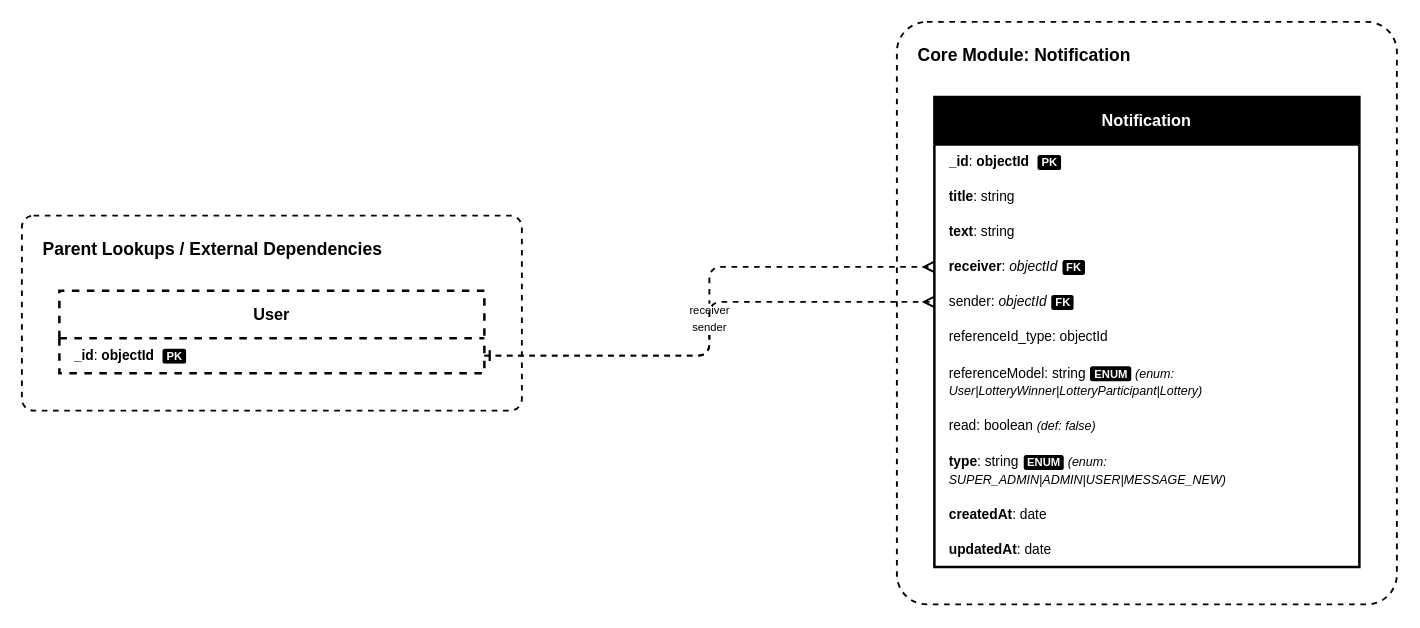
Above: docs/erd/modules/notification/er-diagram.drawio in Emam-Bokhari/giftbox-backend (draw.io), before the change. Source tidied: cells renumbered, new cells numbered last; positions are measured from the earlier drawing's top-left corner, leaving out a move shared by most shapes. Both pictures are drawn from the tidied source at 125%, with x=0, y=0 at pixel (21, 21).
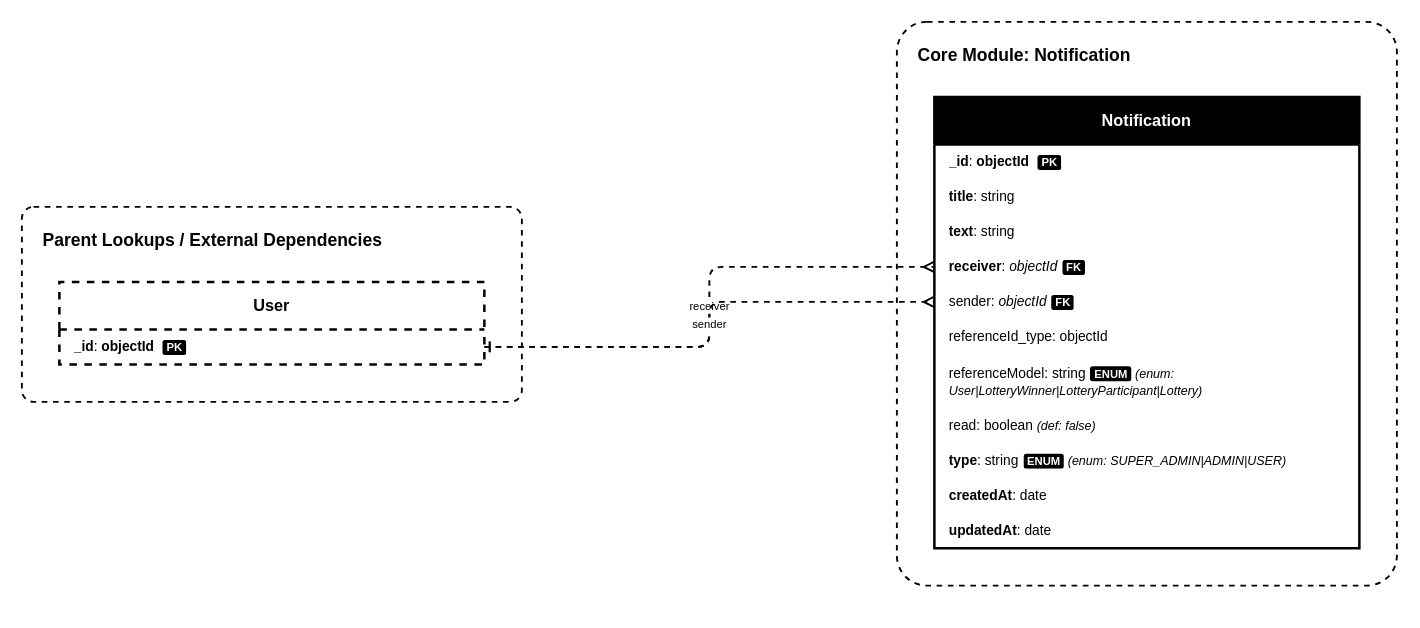
The same page after the edit.

What changed in the source:
```diff
@@
 <mxGraphModel background="#FFFFFF">
   <root>
     <mxCell id="0" />
     <mxCell id="1" parent="0" />
     <mxCell id="2" value="Parent Lookups / External Dependencies" style="rounded=1;whiteSpace=wrap;html=1;fillColor=#FFFFFF;strokeColor=#000000;strokeWidth=1.5;dashed=1;arcSize=6;align=left;verticalAlign=top;spacingLeft=15;spacingTop=12;fontColor=#000000;fontSize=14;fontStyle=1;" parent="1" vertex="1">
-      <mxGeometry y="155" width="400" height="156" as="geometry" />
+      <mxGeometry y="148" width="400" height="156" as="geometry" />
     </mxCell>
     <mxCell id="3" value="Core Module: Notification" style="rounded=1;whiteSpace=wrap;html=1;fillColor=#FFFFFF;strokeColor=#000000;strokeWidth=1.5;dashed=1;arcSize=6;align=left;verticalAlign=top;spacingLeft=15;spacingTop=12;fontColor=#000000;fontSize=14;fontStyle=1;" parent="1" vertex="1">
-      <mxGeometry x="700" width="400" height="466" as="geometry" />
+      <mxGeometry x="700" width="400" height="451" as="geometry" />
     </mxCell>
     <mxCell id="4" value="Notification" style="swimlane;fontStyle=1;horizontal=1;startSize=38;whiteSpace=wrap;html=1;fillColor=#000000;swimlaneFillColor=#FFFFFF;strokeColor=#000000;strokeWidth=2;fontColor=#FFFFFF;fontSize=13;align=center;" parent="3" vertex="1">
-      <mxGeometry x="30" y="60" width="340" height="376" as="geometry" />
+      <mxGeometry x="30" y="60" width="340" height="361" as="geometry" />
     </mxCell>
     <mxCell id="5" value="&lt;b&gt;_id&lt;/b&gt;: &lt;b&gt;objectId&lt;/b&gt; &lt;span style=&quot;background-color:#000000;color:#FFFFFF;padding:1px 3px;font-size:9px;font-weight:bold;border-radius:2px;margin-left:4px;&quot;&gt;PK&lt;/span&gt;" style="text;strokeColor=none;fillColor=none;align=left;verticalAlign=middle;spacingLeft=10;spacingRight=10;overflow=hidden;whiteSpace=wrap;html=1;fontSize=11;fontColor=#000000;" parent="4" vertex="1">
       <mxGeometry y="38" width="340" height="28" as="geometry" />
     </mxCell>
     <mxCell id="6" value="&lt;b&gt;title&lt;/b&gt;: string" style="text;strokeColor=none;fillColor=none;align=left;verticalAlign=middle;spacingLeft=10;spacingRight=10;overflow=hidden;whiteSpace=wrap;html=1;fontSize=11;fontColor=#000000;" parent="4" vertex="1">
       <mxGeometry y="66" width="340" height="28" as="geometry" />
     </mxCell>
     <mxCell id="7" value="&lt;b&gt;text&lt;/b&gt;: string" style="text;strokeColor=none;fillColor=none;align=left;verticalAlign=middle;spacingLeft=10;spacingRight=10;overflow=hidden;whiteSpace=wrap;html=1;fontSize=11;fontColor=#000000;" parent="4" vertex="1">
       <mxGeometry y="94" width="340" height="28" as="geometry" />
     </mxCell>
     <mxCell id="8" value="&lt;b&gt;receiver&lt;/b&gt;: &lt;i&gt;objectId&lt;/i&gt;&lt;span style=&quot;background-color:#000000;color:#FFFFFF;padding:1px 3px;font-size:9px;font-weight:bold;border-radius:2px;margin-left:4px;&quot;&gt;FK&lt;/span&gt;" style="text;strokeColor=none;fillColor=none;align=left;verticalAlign=middle;spacingLeft=10;spacingRight=10;overflow=hidden;points=[[0,0.5],[1,0.5]];portConstraint=eastwest;whiteSpace=wrap;html=1;fontSize=11;fontColor=#000000;" parent="4" vertex="1">
       <mxGeometry y="122" width="340" height="28" as="geometry" />
     </mxCell>
     <mxCell id="9" value="sender: &lt;i&gt;objectId&lt;/i&gt;&lt;span style=&quot;background-color:#000000;color:#FFFFFF;padding:1px 3px;font-size:9px;font-weight:bold;border-radius:2px;margin-left:4px;&quot;&gt;FK&lt;/span&gt;" style="text;strokeColor=none;fillColor=none;align=left;verticalAlign=middle;spacingLeft=10;spacingRight=10;overflow=hidden;points=[[0,0.5],[1,0.5]];portConstraint=eastwest;whiteSpace=wrap;html=1;fontSize=11;fontColor=#000000;" parent="4" vertex="1">
       <mxGeometry y="150" width="340" height="28" as="geometry" />
     </mxCell>
     <mxCell id="10" value="referenceId_type: objectId" style="text;strokeColor=none;fillColor=none;align=left;verticalAlign=middle;spacingLeft=10;spacingRight=10;overflow=hidden;whiteSpace=wrap;html=1;fontSize=11;fontColor=#000000;" parent="4" vertex="1">
       <mxGeometry y="178" width="340" height="28" as="geometry" />
     </mxCell>
     <mxCell id="11" value="referenceModel: string&lt;span style=&quot;background-color:#000000;color:#FFFFFF;padding:1px 3px;font-size:9px;font-weight:bold;border-radius:2px;margin-left:4px;&quot;&gt;ENUM&lt;/span&gt; &lt;span style=&quot;color:#000000; font-size:10px; font-style:italic;&quot;&gt;(enum: User|LotteryWinner|LotteryParticipant|Lottery)&lt;/span&gt;" style="text;strokeColor=none;fillColor=none;align=left;verticalAlign=middle;spacingLeft=10;spacingRight=10;overflow=hidden;whiteSpace=wrap;html=1;fontSize=11;fontColor=#000000;" parent="4" vertex="1">
       <mxGeometry y="206" width="340" height="43" as="geometry" />
     </mxCell>
     <mxCell id="12" value="read: boolean &lt;span style=&quot;color:#000000; font-size:10px; font-style:italic;&quot;&gt;(def: false)&lt;/span&gt;" style="text;strokeColor=none;fillColor=none;align=left;verticalAlign=middle;spacingLeft=10;spacingRight=10;overflow=hidden;whiteSpace=wrap;html=1;fontSize=11;fontColor=#000000;" parent="4" vertex="1">
       <mxGeometry y="249" width="340" height="28" as="geometry" />
     </mxCell>
-    <mxCell id="13" value="&lt;b&gt;type&lt;/b&gt;: string&lt;span style=&quot;background-color:#000000;color:#FFFFFF;padding:1px 3px;font-size:9px;font-weight:bold;border-radius:2px;margin-left:4px;&quot;&gt;ENUM&lt;/span&gt; &lt;span style=&quot;color:#000000; font-size:10px; font-style:italic;&quot;&gt;(enum: SUPER_ADMIN|ADMIN|USER|MESSAGE_NEW)&lt;/span&gt;" style="text;strokeColor=none;fillColor=none;align=left;verticalAlign=middle;spacingLeft=10;spacingRight=10;overflow=hidden;whiteSpace=wrap;html=1;fontSize=11;fontColor=#000000;" parent="4" vertex="1">
-      <mxGeometry y="277" width="340" height="43" as="geometry" />
+    <mxCell id="13" value="&lt;b&gt;type&lt;/b&gt;: string&lt;span style=&quot;background-color:#000000;color:#FFFFFF;padding:1px 3px;font-size:9px;font-weight:bold;border-radius:2px;margin-left:4px;&quot;&gt;ENUM&lt;/span&gt; &lt;span style=&quot;color:#000000; font-size:10px; font-style:italic;&quot;&gt;(enum: SUPER_ADMIN|ADMIN|USER)&lt;/span&gt;" style="text;strokeColor=none;fillColor=none;align=left;verticalAlign=middle;spacingLeft=10;spacingRight=10;overflow=hidden;whiteSpace=wrap;html=1;fontSize=11;fontColor=#000000;" parent="4" vertex="1">
+      <mxGeometry y="277" width="340" height="28" as="geometry" />
     </mxCell>
     <mxCell id="14" value="&lt;b&gt;createdAt&lt;/b&gt;: date" style="text;strokeColor=none;fillColor=none;align=left;verticalAlign=middle;spacingLeft=10;spacingRight=10;overflow=hidden;whiteSpace=wrap;html=1;fontSize=11;fontColor=#000000;" parent="4" vertex="1">
-      <mxGeometry y="320" width="340" height="28" as="geometry" />
+      <mxGeometry y="305" width="340" height="28" as="geometry" />
     </mxCell>
     <mxCell id="15" value="&lt;b&gt;updatedAt&lt;/b&gt;: date" style="text;strokeColor=none;fillColor=none;align=left;verticalAlign=middle;spacingLeft=10;spacingRight=10;overflow=hidden;whiteSpace=wrap;html=1;fontSize=11;fontColor=#000000;" parent="4" vertex="1">
-      <mxGeometry y="348" width="340" height="28" as="geometry" />
+      <mxGeometry y="333" width="340" height="28" as="geometry" />
     </mxCell>
     <mxCell id="16" value="User" style="swimlane;fontStyle=1;horizontal=1;startSize=38;whiteSpace=wrap;html=1;fillColor=#FFFFFF;swimlaneFillColor=#FFFFFF;strokeColor=#000000;strokeWidth=2;dashed=1;fontColor=#000000;fontSize=13;align=center;" parent="2" vertex="1">
       <mxGeometry x="30" y="60" width="340" height="66" as="geometry" />
     </mxCell>
     <mxCell id="17" value="&lt;b&gt;_id&lt;/b&gt;: &lt;b&gt;objectId&lt;/b&gt; &lt;span style=&quot;background-color:#000000;color:#FFFFFF;padding:1px 3px;font-size:9px;font-weight:bold;border-radius:2px;margin-left:4px;&quot;&gt;PK&lt;/span&gt;" style="text;strokeColor=none;fillColor=none;align=left;verticalAlign=middle;spacingLeft=10;spacingRight=10;overflow=hidden;points=[[0,0.5],[1,0.5]];portConstraint=eastwest;whiteSpace=wrap;html=1;fontSize=11;fontColor=#000000;" parent="16" vertex="1">
       <mxGeometry y="38" width="340" height="28" as="geometry" />
     </mxCell>
     <mxCell id="18" value="receiver" style="edgeStyle=orthogonalEdgeStyle;rounded=1;jettySize=auto;html=1;strokeColor=#000000;strokeWidth=1.5;dashed=1;startArrow=ERone;startFill=0;endArrow=ERmany;endFill=0;fontSize=9;fontColor=#000000;" parent="1" edge="1" source="17" target="8">
       <mxGeometry relative="1" as="geometry" />
     </mxCell>
     <mxCell id="19" value="sender" style="edgeStyle=orthogonalEdgeStyle;rounded=1;jettySize=auto;html=1;strokeColor=#000000;strokeWidth=1.5;dashed=1;startArrow=ERone;startFill=0;endArrow=ERmany;endFill=0;fontSize=9;fontColor=#000000;" parent="1" edge="1" source="17" target="9">
       <mxGeometry relative="1" as="geometry" />
     </mxCell>
   </root>
 </mxGraphModel>
```
